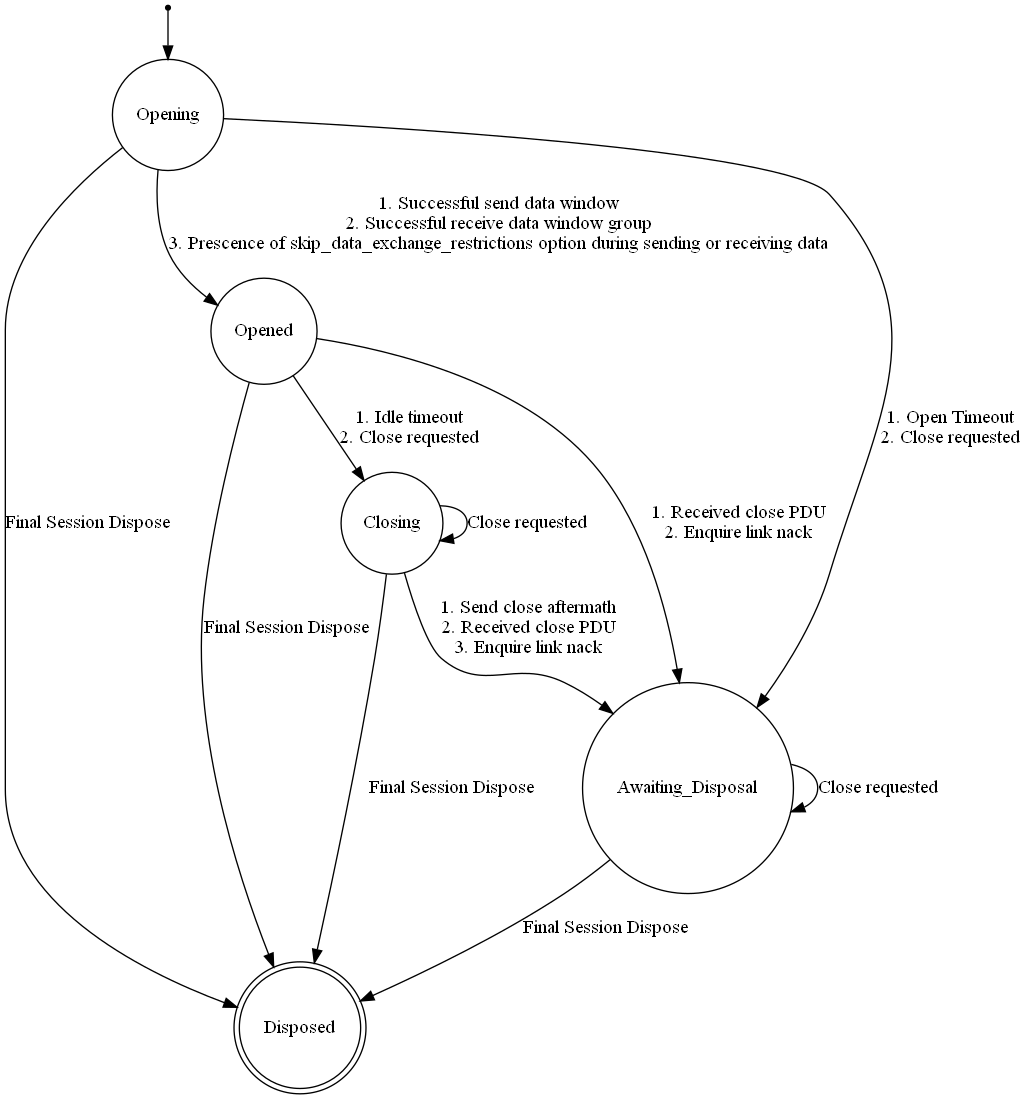
aaronicsubstances/scalable-ipc keeps this Graphviz diagram as psm.png. Above is the earlier version. Its source is kept beside it as psm.dot.
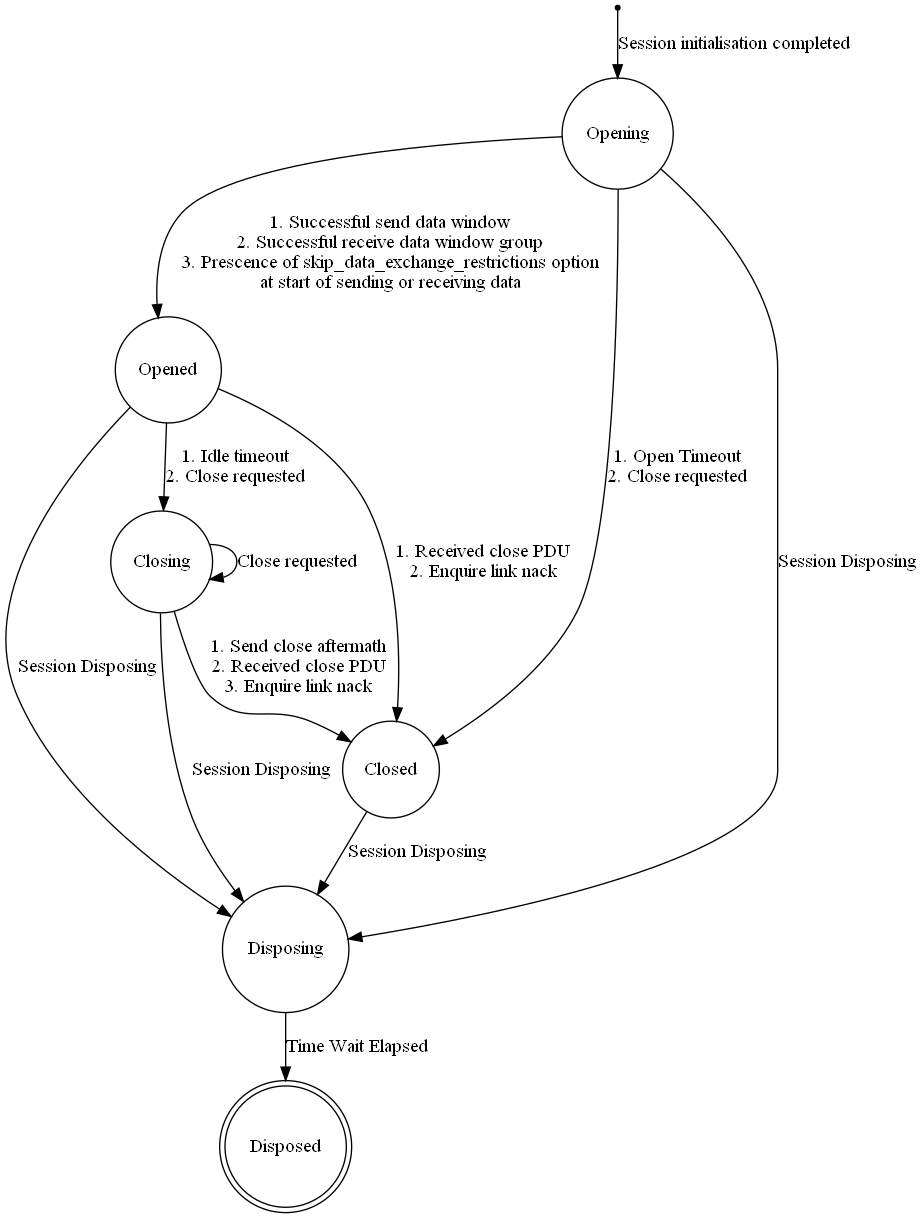
Above is the later version.

Commit message:
Extended protocol state machine with a new state like TCP's time wait state.

Change to the diagram source:
```diff
@@ -2,33 +2,33 @@
 	node [shape = point]; start_state;
 	node [shape = doublecircle ] Disposed;
 	node [shape = circle];
-	start_state -> Opening;
+	start_state -> Opening [ label = "Session initialisation completed" ];
 	Opening -> Opened [ label=<
 		1. Successful send data window<br/>
 		2. Successful receive data window group<br/>
-		3. Prescence of skip_data_exchange_restrictions option during sending or receiving data
+		3. Prescence of skip_data_exchange_restrictions option<br/>at start of sending or receiving data
 	>];
 	Opened -> Closing [ label = <
 		1. Idle timeout<br/>
 		2. Close requested
 	>];
 	Closing -> Closing [ label = "Close requested" ];
-	Closing -> Awaiting_Disposal [label = <
+	Closing -> Closed [label = <
 		1. Send close aftermath<br/>
 		2. Received close PDU<br/>
 		3. Enquire link nack
 	>];
-	Opened -> Awaiting_Disposal [ label = <
+	Opened -> Closed [ label = <
 		1. Received close PDU<br/>
 		2. Enquire link nack
 	>];
-	Opening -> Awaiting_Disposal [ label = <
+	Opening -> Closed [ label = <
 		1. Open Timeout<br/>
 		2. Close requested
 	>];
-	Awaiting_Disposal -> Awaiting_Disposal [ label = "Close requested" ];
-	Opening -> Disposed [ label = "Final Session Dispose" ];
-	Opened -> Disposed [ label = "Final Session Dispose" ];
-	Closing -> Disposed [ label = "Final Session Dispose" ];
-	Awaiting_Disposal -> Disposed [ label = "Final Session Dispose" ];
+	Opening -> Disposing [ label = "Session Disposing" ];
+	Opened -> Disposing [ label = "Session Disposing" ];
+	Closing -> Disposing [ label = "Session Disposing" ];
+	Closed -> Disposing [ label = "Session Disposing" ];
+	Disposing -> Disposed [ label = "Time Wait Elapsed" ];
 }
```
